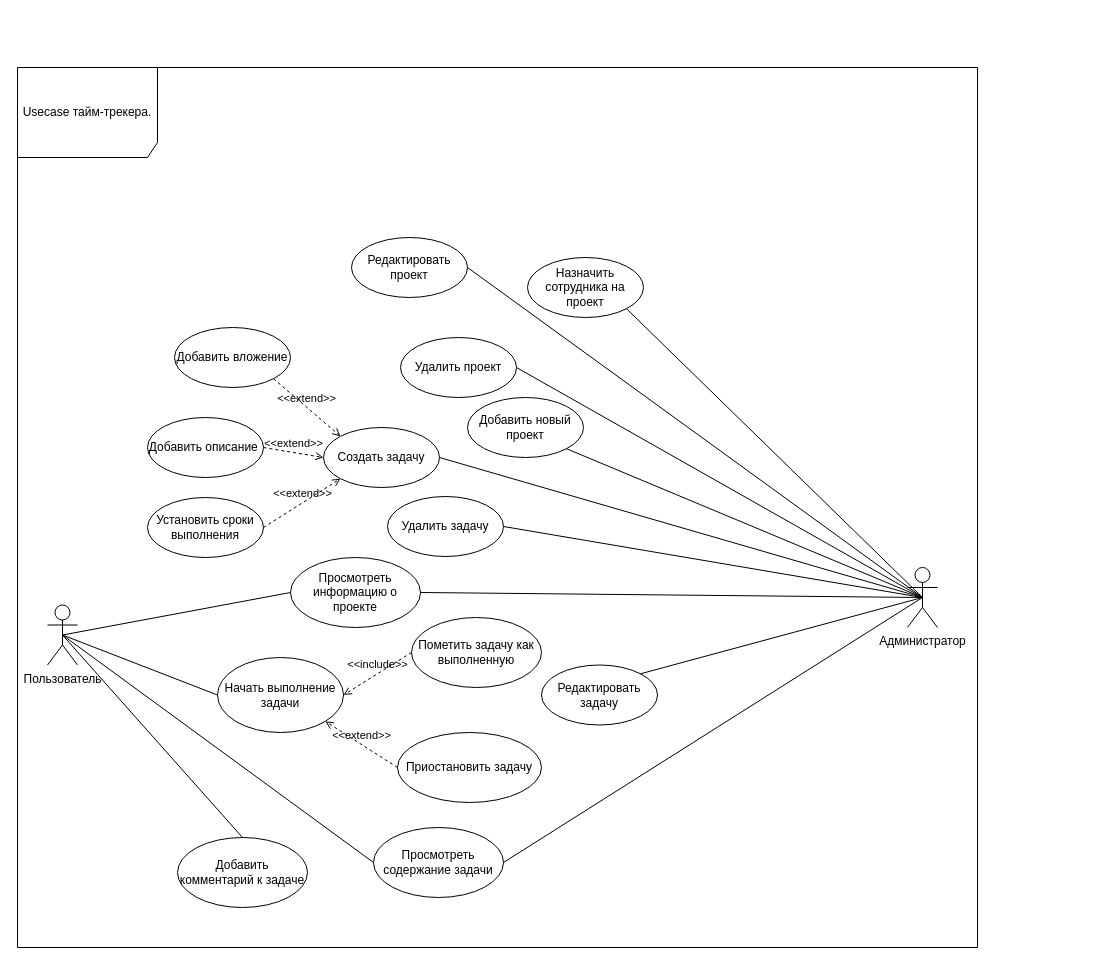
Earlier version of the draw.io diagram Диаграмма без названия.drawio (hard-gainer/UML). Source tidied: cells renumbered, new cells numbered last; positions are measured from the earlier drawing's top-left corner, leaving out a move shared by most shapes. Both pictures are drawn from the tidied source at 100%, with x=0, y=0 at pixel (17, 67).
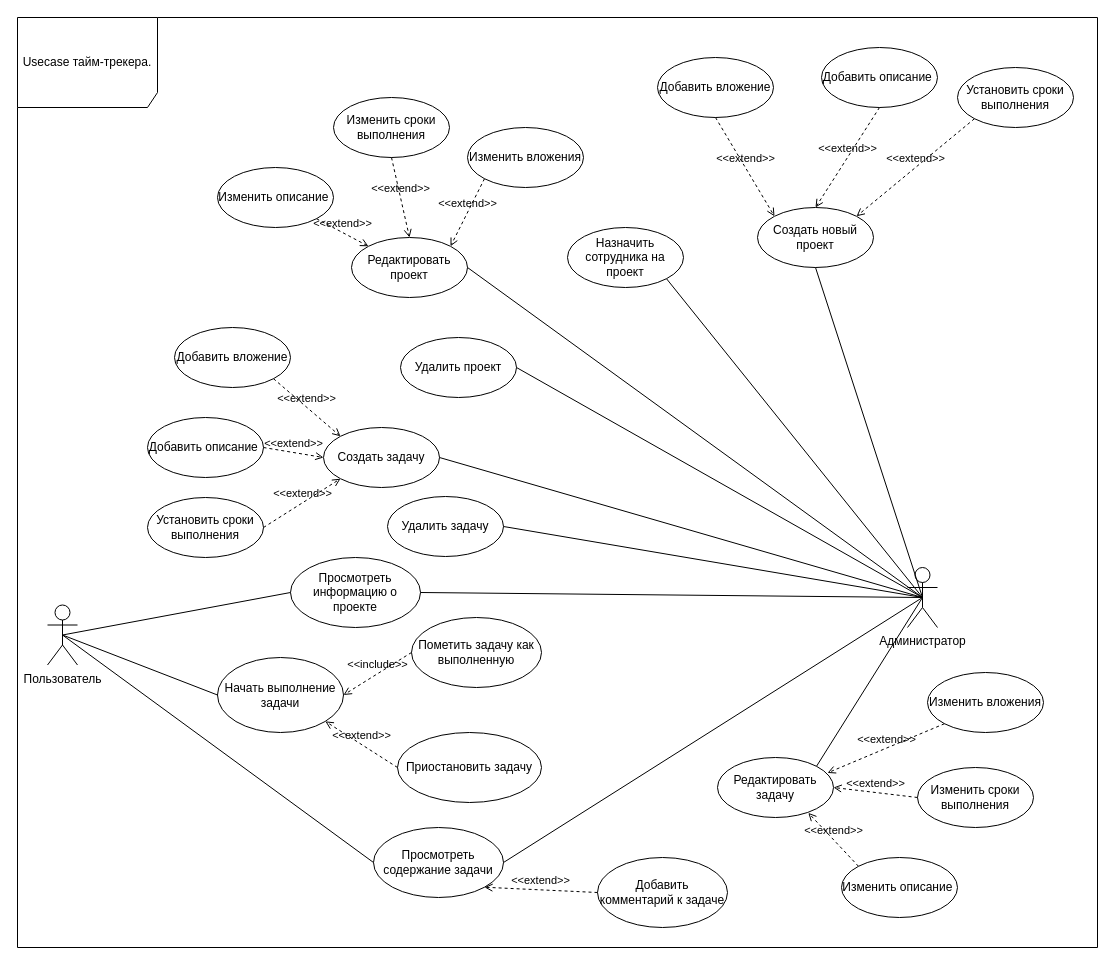
The same page after the edit.

The change refers to these unchanged cells:
```xml
<mxCell id="2" value="Пользователь" style="shape=umlActor;verticalLabelPosition=bottom;verticalAlign=top;html=1;outlineConnect=0;labelPosition=center;align=center;" parent="1" vertex="1">
  <mxGeometry x="30" y="537.5" width="30" height="60" as="geometry" />
</mxCell>
<mxCell id="6" value="Редактировать проект" style="ellipse;whiteSpace=wrap;html=1;" parent="1" vertex="1">
  <mxGeometry x="334" y="170" width="116" height="60" as="geometry" />
</mxCell>
<mxCell id="7" value="Администратор" style="shape=umlActor;verticalLabelPosition=bottom;verticalAlign=top;html=1;outlineConnect=0;labelPosition=center;align=center;" parent="1" vertex="1">
  <mxGeometry x="890" y="500" width="30" height="60" as="geometry" />
</mxCell>
<mxCell id="17" value="Просмотреть содержание задачи" style="ellipse;whiteSpace=wrap;html=1;" parent="1" vertex="1">
  <mxGeometry x="356" y="760" width="130" height="70" as="geometry" />
</mxCell>
```

Diff of the diagram source:
```diff
@@
     <mxCell id="3" value="Usecase тайм-трекера." style="shape=umlFrame;whiteSpace=wrap;html=1;width=140;height=90;" parent="1" vertex="1">
-      <mxGeometry width="960" height="880" as="geometry" />
+      <mxGeometry y="-50" width="1080" height="930" as="geometry" />
     </mxCell>
     <mxCell id="4" value="Назначить сотрудника на проект" style="ellipse;whiteSpace=wrap;html=1;" parent="1" vertex="1">
-      <mxGeometry x="510" y="190" width="116" height="60" as="geometry" />
+      <mxGeometry x="550" y="160" width="116" height="60" as="geometry" />
     </mxCell>
-    <mxCell id="5" value="Добавить новый проект" style="ellipse;whiteSpace=wrap;html=1;" parent="1" vertex="1">
-      <mxGeometry x="450" y="330" width="116" height="60" as="geometry" />
+    <mxCell id="5" value="Создать новый проект" style="ellipse;whiteSpace=wrap;html=1;" parent="1" vertex="1">
+      <mxGeometry x="740" y="140" width="116" height="60" as="geometry" />
     </mxCell>
@@
-    <mxCell id="10" style="endArrow=none;html=1;rounded=0;exitX=0.5;exitY=0.5;exitDx=0;exitDy=0;exitPerimeter=0;entryX=1;entryY=1;entryDx=0;entryDy=0;" parent="1" edge="1" source="7" target="5">
+    <mxCell id="10" style="endArrow=none;html=1;rounded=0;exitX=0.5;exitY=0.5;exitDx=0;exitDy=0;exitPerimeter=0;entryX=0.5;entryY=1;entryDx=0;entryDy=0;" parent="1" edge="1" source="7" target="5">
       <mxGeometry relative="1" as="geometry" />
     </mxCell>
@@
     <mxCell id="12" value="Редактировать задачу" style="ellipse;whiteSpace=wrap;html=1;" parent="1" vertex="1">
-      <mxGeometry x="524" y="597.5" width="116" height="60" as="geometry" />
+      <mxGeometry x="700" y="690" width="116" height="60" as="geometry" />
     </mxCell>
@@
     <mxCell id="31" value="Добавить комментарий к задаче" style="ellipse;whiteSpace=wrap;html=1;" parent="1" vertex="1">
-      <mxGeometry x="160" y="770" width="130" height="70" as="geometry" />
+      <mxGeometry x="580" y="790" width="130" height="70" as="geometry" />
     </mxCell>
-    <mxCell id="32" style="endArrow=none;html=1;rounded=0;exitX=0.5;exitY=0.5;exitDx=0;exitDy=0;exitPerimeter=0;entryX=0.5;entryY=0;entryDx=0;entryDy=0;" parent="1" edge="1" source="2" target="31">
-      <mxGeometry relative="1" as="geometry" />
-    </mxCell>
@@
+    <mxCell id="39" value="Изменить описание&amp;nbsp;" style="ellipse;whiteSpace=wrap;html=1;" parent="1" vertex="1">
+      <mxGeometry x="200" y="100" width="116" height="60" as="geometry" />
+    </mxCell>
+    <mxCell id="40" value="&amp;lt;&amp;lt;extend&amp;gt;&amp;gt;" style="html=1;verticalAlign=bottom;labelBackgroundColor=none;endArrow=open;endFill=0;dashed=1;rounded=0;exitX=1;exitY=1;exitDx=0;exitDy=0;entryX=0;entryY=0;entryDx=0;entryDy=0;" parent="1" edge="1" source="39" target="6">
+      <mxGeometry relative="1" as="geometry" />
+    </mxCell>
+    <mxCell id="41" value="Изменить сроки выполнения" style="ellipse;whiteSpace=wrap;html=1;" parent="1" vertex="1">
+      <mxGeometry x="316" y="30" width="116" height="60" as="geometry" />
+    </mxCell>
+    <mxCell id="42" value="&amp;lt;&amp;lt;extend&amp;gt;&amp;gt;" style="html=1;verticalAlign=bottom;labelBackgroundColor=none;endArrow=open;endFill=0;dashed=1;rounded=0;exitX=0.5;exitY=1;exitDx=0;exitDy=0;entryX=0.5;entryY=0;entryDx=0;entryDy=0;" parent="1" edge="1" source="41" target="6">
+      <mxGeometry relative="1" as="geometry" />
+    </mxCell>
+    <mxCell id="43" value="Добавить вложение" style="ellipse;whiteSpace=wrap;html=1;" parent="1" vertex="1">
+      <mxGeometry x="640" y="-10" width="116" height="60" as="geometry" />
+    </mxCell>
+    <mxCell id="44" value="Добавить описание&amp;nbsp;" style="ellipse;whiteSpace=wrap;html=1;" parent="1" vertex="1">
+      <mxGeometry x="804" y="-20" width="116" height="60" as="geometry" />
+    </mxCell>
+    <mxCell id="45" value="Установить сроки выполнения" style="ellipse;whiteSpace=wrap;html=1;" parent="1" vertex="1">
+      <mxGeometry x="940" width="116" height="60" as="geometry" />
+    </mxCell>
+    <mxCell id="46" value="&amp;lt;&amp;lt;extend&amp;gt;&amp;gt;" style="html=1;verticalAlign=bottom;labelBackgroundColor=none;endArrow=open;endFill=0;dashed=1;rounded=0;exitX=0.5;exitY=1;exitDx=0;exitDy=0;entryX=0;entryY=0;entryDx=0;entryDy=0;" parent="1" edge="1" source="43" target="5">
+      <mxGeometry relative="1" as="geometry" />
+    </mxCell>
+    <mxCell id="47" value="&amp;lt;&amp;lt;extend&amp;gt;&amp;gt;" style="html=1;verticalAlign=bottom;labelBackgroundColor=none;endArrow=open;endFill=0;dashed=1;rounded=0;exitX=0.5;exitY=1;exitDx=0;exitDy=0;entryX=0.5;entryY=0;entryDx=0;entryDy=0;" parent="1" edge="1" source="44" target="5">
+      <mxGeometry relative="1" as="geometry" />
+    </mxCell>
+    <mxCell id="48" value="&amp;lt;&amp;lt;extend&amp;gt;&amp;gt;" style="html=1;verticalAlign=bottom;labelBackgroundColor=none;endArrow=open;endFill=0;dashed=1;rounded=0;exitX=0;exitY=1;exitDx=0;exitDy=0;entryX=1;entryY=0;entryDx=0;entryDy=0;" parent="1" edge="1" source="45" target="5">
+      <mxGeometry relative="1" as="geometry" />
+    </mxCell>
+    <mxCell id="49" value="Изменить описание&amp;nbsp;" style="ellipse;whiteSpace=wrap;html=1;" parent="1" vertex="1">
+      <mxGeometry x="824" y="790" width="116" height="60" as="geometry" />
+    </mxCell>
+    <mxCell id="50" value="&amp;lt;&amp;lt;extend&amp;gt;&amp;gt;" style="html=1;verticalAlign=bottom;labelBackgroundColor=none;endArrow=open;endFill=0;dashed=1;rounded=0;exitX=0;exitY=0;exitDx=0;exitDy=0;entryX=0.783;entryY=0.923;entryDx=0;entryDy=0;entryPerimeter=0;" parent="1" edge="1" source="49" target="12">
+      <mxGeometry relative="1" as="geometry" />
+    </mxCell>
+    <mxCell id="51" value="Изменить сроки выполнения" style="ellipse;whiteSpace=wrap;html=1;" parent="1" vertex="1">
+      <mxGeometry x="900" y="700" width="116" height="60" as="geometry" />
+    </mxCell>
+    <mxCell id="52" value="&amp;lt;&amp;lt;extend&amp;gt;&amp;gt;" style="html=1;verticalAlign=bottom;labelBackgroundColor=none;endArrow=open;endFill=0;dashed=1;rounded=0;exitX=0;exitY=0.5;exitDx=0;exitDy=0;entryX=1;entryY=0.5;entryDx=0;entryDy=0;" parent="1" edge="1" source="51" target="12">
+      <mxGeometry relative="1" as="geometry" />
+    </mxCell>
+    <mxCell id="53" value="&amp;lt;&amp;lt;extend&amp;gt;&amp;gt;" style="html=1;verticalAlign=bottom;labelBackgroundColor=none;endArrow=open;endFill=0;dashed=1;rounded=0;exitX=0;exitY=0.5;exitDx=0;exitDy=0;entryX=1;entryY=1;entryDx=0;entryDy=0;" parent="1" edge="1" source="31" target="17">
+      <mxGeometry relative="1" as="geometry" />
+    </mxCell>
+    <mxCell id="54" value="Изменить вложения" style="ellipse;whiteSpace=wrap;html=1;" parent="1" vertex="1">
+      <mxGeometry x="450" y="60" width="116" height="60" as="geometry" />
+    </mxCell>
+    <mxCell id="55" value="&amp;lt;&amp;lt;extend&amp;gt;&amp;gt;" style="html=1;verticalAlign=bottom;labelBackgroundColor=none;endArrow=open;endFill=0;dashed=1;rounded=0;exitX=0;exitY=1;exitDx=0;exitDy=0;entryX=1;entryY=0;entryDx=0;entryDy=0;" parent="1" edge="1" source="54" target="6">
+      <mxGeometry relative="1" as="geometry" />
+    </mxCell>
+    <mxCell id="56" value="Изменить вложения" style="ellipse;whiteSpace=wrap;html=1;" parent="1" vertex="1">
+      <mxGeometry x="910" y="605" width="116" height="60" as="geometry" />
+    </mxCell>
+    <mxCell id="57" value="&amp;lt;&amp;lt;extend&amp;gt;&amp;gt;" style="html=1;verticalAlign=bottom;labelBackgroundColor=none;endArrow=open;endFill=0;dashed=1;rounded=0;exitX=0;exitY=1;exitDx=0;exitDy=0;entryX=0.948;entryY=0.257;entryDx=0;entryDy=0;entryPerimeter=0;" parent="1" edge="1" source="56" target="12">
+      <mxGeometry relative="1" as="geometry" />
+    </mxCell>
```
